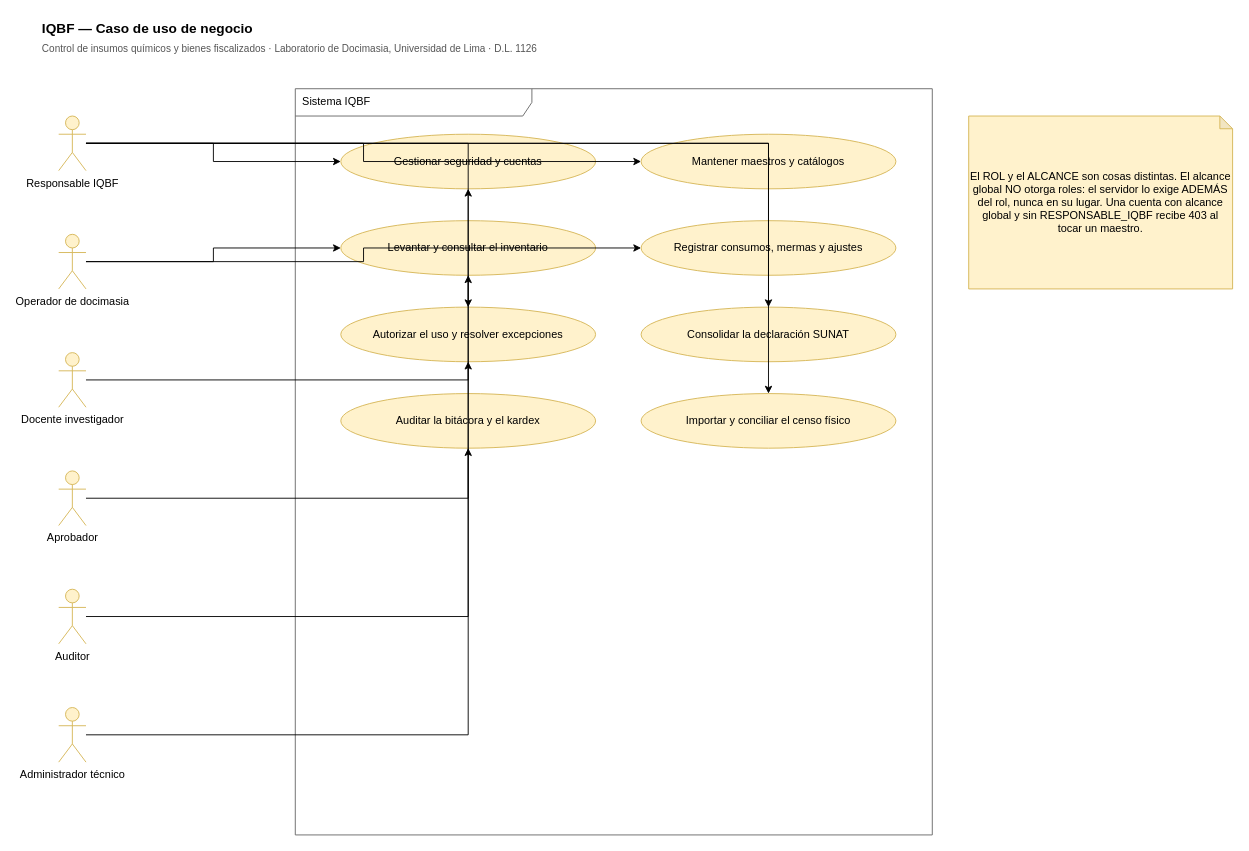
The draw.io diagram page "Caso de Uso de Negocio" (1 of 8) of specs/diagramas/IQBF_Diagramas.drawio in jeffangeloss/IQBF-ULIMA_Back, before the edit. Source tidied: cells renumbered, new cells numbered last; positions are measured from the earlier drawing's top-left corner, leaving out a move shared by most shapes. Both pictures are drawn from the tidied source at 91%, with x=0, y=0 at pixel (40, 15).
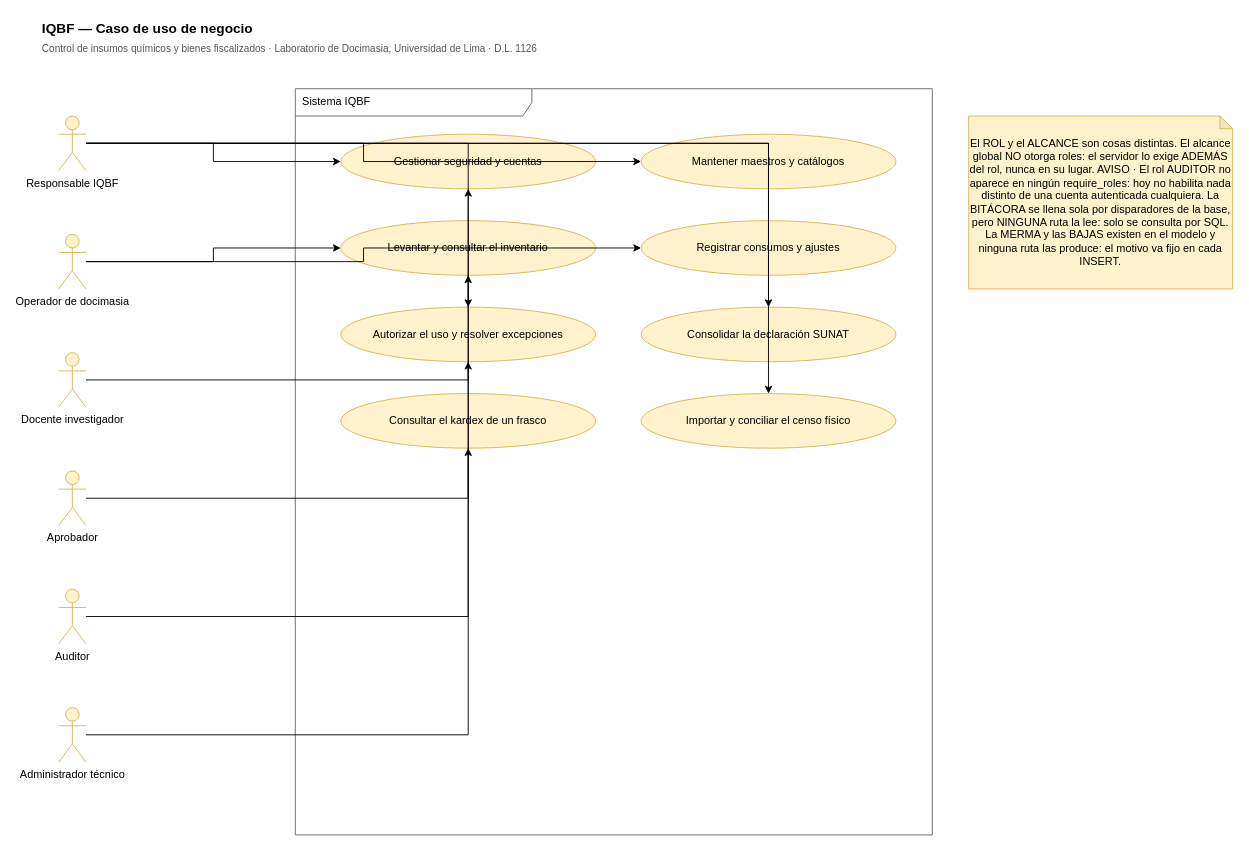
Above is the later version.

Commit message (it also covers changes not shown here):
Los diagramas decian 24 cosas que el codigo desmiente

The edit, as a diff of the source:
```diff
@@
-    <mxCell id="14" value="Registrar consumos, mermas y ajustes" style="ellipse;whiteSpace=wrap;html=1;labelBackgroundColor=none;rounded=0;fillColor=#fff2cc;strokeColor=#d6b656;" parent="1" vertex="1">
+    <mxCell id="14" value="Registrar consumos y ajustes" style="ellipse;whiteSpace=wrap;html=1;labelBackgroundColor=none;rounded=0;fillColor=#fff2cc;strokeColor=#d6b656;" parent="1" vertex="1">
       <mxGeometry x="660" y="225" width="280" height="60" as="geometry" />
     </mxCell>
@@
-    <mxCell id="17" value="Auditar la bitácora y el kardex" style="ellipse;whiteSpace=wrap;html=1;labelBackgroundColor=none;rounded=0;fillColor=#fff2cc;strokeColor=#d6b656;" parent="1" vertex="1">
+    <mxCell id="17" value="Consultar el kardex de un frasco" style="ellipse;whiteSpace=wrap;html=1;labelBackgroundColor=none;rounded=0;fillColor=#fff2cc;strokeColor=#d6b656;" parent="1" vertex="1">
       <mxGeometry x="330" y="415" width="280" height="60" as="geometry" />
     </mxCell>
@@
-    <mxCell id="30" value="El ROL y el ALCANCE son cosas distintas.  El alcance global NO otorga roles: el servidor lo exige ADEMÁS del rol, nunca en su lugar.  Una cuenta con alcance global y sin RESPONSABLE_IQBF recibe 403 al tocar un maestro." style="shape=note;whiteSpace=wrap;html=1;backgroundOutline=1;darkOpacity=0.05;size=14;fillColor=#fff2cc;strokeColor=#d6b656;" parent="1" vertex="1">
+    <mxCell id="30" value="El ROL y el ALCANCE son cosas distintas.  El alcance global NO otorga roles: el servidor lo exige ADEMÁS del rol, nunca en su lugar.  AVISO · El rol AUDITOR no aparece en ningún require_roles: hoy no habilita nada distinto de una cuenta autenticada cualquiera.  La BITÁCORA se llena sola por disparadores de la base, pero NINGUNA ruta la lee: solo se consulta por SQL.  La MERMA y las BAJAS existen en el modelo y ninguna ruta las produce: el motivo va fijo en cada INSERT." style="shape=note;whiteSpace=wrap;html=1;backgroundOutline=1;darkOpacity=0.05;size=14;fillColor=#fff2cc;strokeColor=#d6b656;" parent="1" vertex="1">
       <mxGeometry x="1020" y="110" width="290" height="190" as="geometry" />
     </mxCell>
```
